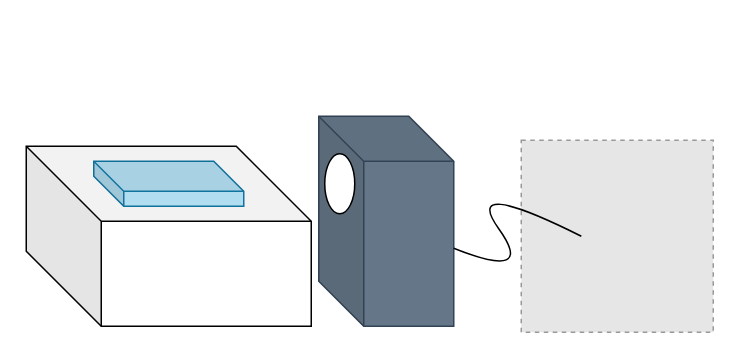
Above: 未命名绘图.drawio in alchemy-lee/common-resource (draw.io), before the change. Source tidied: cells renumbered, new cells numbered last; positions are measured from the earlier drawing's top-left corner, leaving out a move shared by most shapes. Both pictures are drawn from the tidied source at 150%, with x=0, y=0 at pixel (26, 116). Pictures stored in the file or linked from it are replaced by grey dashed boxes.
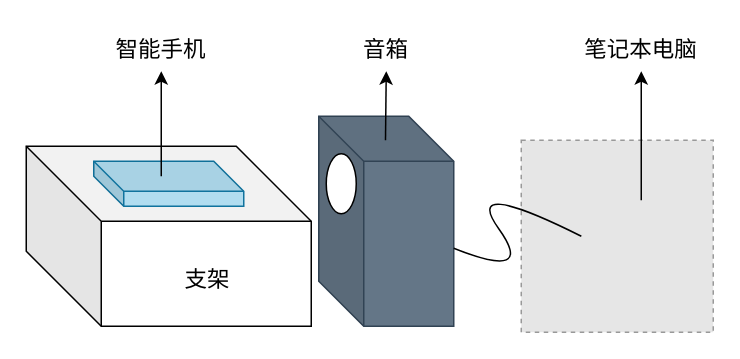
The same page after the edit.

Commit message (it also covers changes not shown here):
更新未命名绘图.drawio

Diff of the diagram source:
```diff
@@
 <mxGraphModel>
   <root>
     <mxCell id="0" />
     <mxCell id="1" parent="0" />
     <mxCell id="2" style="fillColor=#E6E6E6;strokeColor=#999999;dashed=1;html=1;verticalAlign=top;verticalLabelPosition=bottom;labelBackgroundColor=#ffffff;" parent="1" vertex="1">
       <mxGeometry x="330" y="16" width="128" height="128" as="geometry" />
     </mxCell>
     <mxCell id="3" style="shape=cube;whiteSpace=wrap;html=1;boundedLbl=1;backgroundOutline=1;darkOpacity=0.05;darkOpacity2=0.1;size=50;" parent="1" vertex="1">
       <mxGeometry y="20" width="190" height="120" as="geometry" />
     </mxCell>
     <mxCell id="4" style="shape=cube;whiteSpace=wrap;html=1;boundedLbl=1;backgroundOutline=1;darkOpacity=0.05;darkOpacity2=0.1;fillColor=#b1ddf0;strokeColor=#10739e;" parent="1" vertex="1">
       <mxGeometry x="45" y="30" width="100" height="30" as="geometry" />
     </mxCell>
     <mxCell id="5" style="shape=cube;whiteSpace=wrap;html=1;boundedLbl=1;backgroundOutline=1;darkOpacity=0.05;darkOpacity2=0.1;size=30;fillColor=#647687;strokeColor=#314354;fontColor=#ffffff;" parent="1" vertex="1">
       <mxGeometry x="195" width="90" height="140" as="geometry" />
     </mxCell>
     <mxCell id="6" style="ellipse;whiteSpace=wrap;html=1;" parent="1" vertex="1">
-      <mxGeometry x="199" y="25" width="20" height="40" as="geometry" />
+      <mxGeometry x="200" y="25" width="20" height="40" as="geometry" />
     </mxCell>
     <mxCell id="7" style="curved=1;endArrow=none;html=1;rounded=0;endFill=0;entryX=0.313;entryY=0.5;entryDx=0;entryDy=0;entryPerimeter=0;" parent="1" edge="1" source="5" target="2">
       <mxGeometry relative="1" as="geometry">
         <Array as="points">
           <mxPoint x="340" y="110" />
           <mxPoint x="290" y="40" />
         </Array>
       </mxGeometry>
     </mxCell>
+    <mxCell id="8" style="endArrow=classic;html=1;rounded=0;" parent="1" edge="1">
+      <mxGeometry relative="1" as="geometry">
+        <mxPoint x="90" y="40" as="sourcePoint" />
+        <mxPoint x="90" y="-30" as="targetPoint" />
+      </mxGeometry>
+    </mxCell>
+    <mxCell id="9" style="endArrow=classic;html=1;rounded=0;" parent="1" edge="1">
+      <mxGeometry relative="1" as="geometry">
+        <mxPoint x="239.5" y="16" as="sourcePoint" />
+        <mxPoint x="240" y="-30" as="targetPoint" />
+      </mxGeometry>
+    </mxCell>
+    <mxCell id="10" value="&lt;font style=&quot;font-size: 15px;&quot;&gt;智能手机&lt;/font&gt;" style="text;html=1;strokeColor=none;fillColor=none;align=center;verticalAlign=middle;whiteSpace=wrap;rounded=0;" parent="1" vertex="1">
+      <mxGeometry x="55" y="-60" width="70" height="30" as="geometry" />
+    </mxCell>
+    <mxCell id="11" value="&lt;span style=&quot;font-size: 15px;&quot;&gt;音箱&lt;/span&gt;" style="text;html=1;strokeColor=none;fillColor=none;align=center;verticalAlign=middle;whiteSpace=wrap;rounded=0;" parent="1" vertex="1">
+      <mxGeometry x="205" y="-60" width="70" height="30" as="geometry" />
+    </mxCell>
+    <mxCell id="12" value="&lt;font style=&quot;font-size: 15px;&quot;&gt;支架&lt;/font&gt;" style="text;html=1;strokeColor=none;fillColor=none;align=center;verticalAlign=middle;whiteSpace=wrap;rounded=0;" parent="1" vertex="1">
+      <mxGeometry x="86" y="93" width="70" height="30" as="geometry" />
+    </mxCell>
+    <mxCell id="13" style="endArrow=classic;html=1;rounded=0;" parent="1" edge="1">
+      <mxGeometry relative="1" as="geometry">
+        <mxPoint x="410" y="56" as="sourcePoint" />
+        <mxPoint x="410" y="-30" as="targetPoint" />
+      </mxGeometry>
+    </mxCell>
+    <mxCell id="14" value="&lt;span style=&quot;font-size: 15px;&quot;&gt;笔记本电脑&lt;/span&gt;" style="text;html=1;strokeColor=none;fillColor=none;align=center;verticalAlign=middle;whiteSpace=wrap;rounded=0;" parent="1" vertex="1">
+      <mxGeometry x="370" y="-60" width="80" height="30" as="geometry" />
+    </mxCell>
   </root>
 </mxGraphModel>
```
